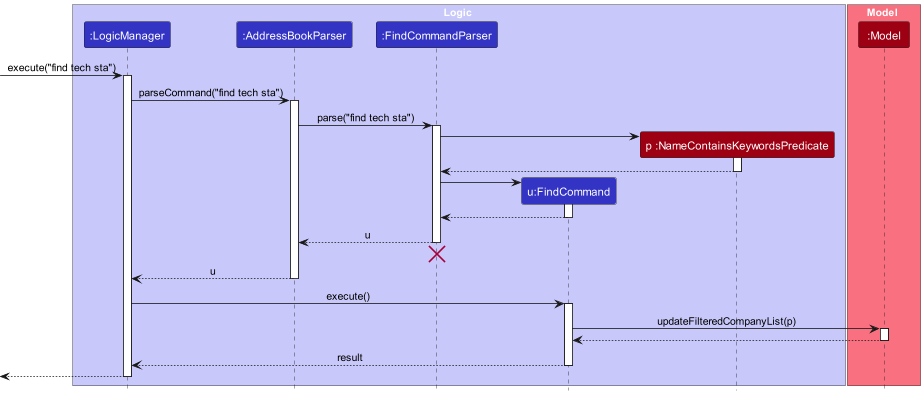
Before: docs/images/FindCompanySequenceDiagram.png, a diagram exported from PlantUML (tayruxin/tp).
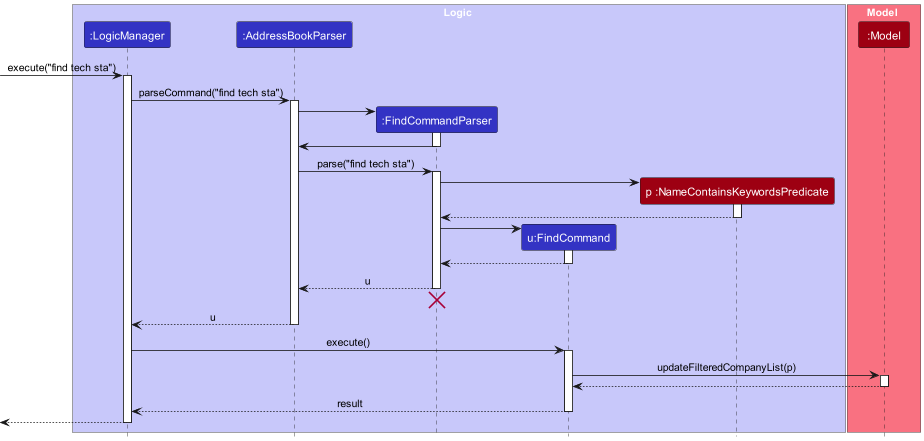
The same file after the commit.

Commit message:
Correct instantiation of FindCommandParser

Diff of the diagram source:
```diff
@@ -19,6 +19,12 @@
 
 LogicManager -> AddressBookParser : parseCommand("find tech sta")
 activate AddressBookParser
+
+create FindCommandParser
+AddressBookParser -> FindCommandParser
+activate FindCommandParser
+FindCommandParser -> AddressBookParser
+deactivate FindCommandParser
 
 AddressBookParser -> FindCommandParser : parse("find tech sta")
 activate FindCommandParser
```
